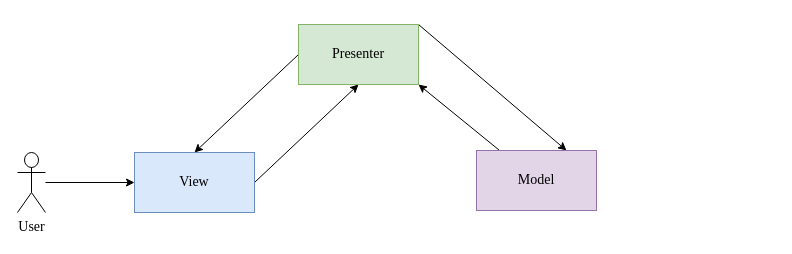
Before: 安卓软件架构.drawio in jixiuy/AccountingDemo, a draw.io diagram. Source tidied: cells renumbered, new cells numbered last; positions are measured from the earlier drawing's top-left corner, leaving out a move shared by most shapes. Both pictures are drawn from the tidied source at 100%, with x=0, y=0 at pixel (17, 24).
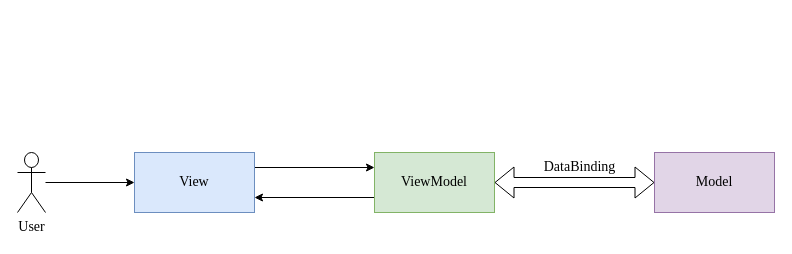
Above is the later version.

Diff of the diagram source:
```diff
@@
 <mxGraphModel>
   <root>
     <mxCell id="0" />
     <mxCell id="1" parent="0" />
-    <mxCell id="2" style="rounded=0;jettySize=auto;html=1;exitX=1;exitY=0.5;exitDx=0;exitDy=0;entryX=0.5;entryY=1;entryDx=0;entryDy=0;" parent="1" edge="1" source="3" target="8">
+    <mxCell id="2" style="edgeStyle=orthogonalEdgeStyle;rounded=0;jettySize=auto;html=1;exitX=1;exitY=0.25;exitDx=0;exitDy=0;entryX=0;entryY=0.25;entryDx=0;entryDy=0;" parent="1" edge="1" source="3" target="8">
       <mxGeometry relative="1" as="geometry" />
     </mxCell>
     <mxCell id="3" value="&lt;font&gt;View&lt;/font&gt;" style="rounded=0;whiteSpace=wrap;html=1;fontFamily=Times New Roman;fillColor=#dae8fc;strokeColor=#6c8ebf;fontSize=14;" parent="1" vertex="1">
       <mxGeometry x="117" y="128" width="120" height="60" as="geometry" />
     </mxCell>
     <mxCell id="4" style="edgeStyle=orthogonalEdgeStyle;rounded=0;jettySize=auto;html=1;" parent="1" edge="1" source="5" target="3">
       <mxGeometry relative="1" as="geometry" />
     </mxCell>
     <mxCell id="5" value="User" style="shape=umlActor;verticalLabelPosition=bottom;verticalAlign=top;html=1;outlineConnect=0;fontFamily=Times New Roman;fontSize=14;" parent="1" vertex="1">
       <mxGeometry y="128" width="28" height="60" as="geometry" />
     </mxCell>
-    <mxCell id="6" style="rounded=0;jettySize=auto;html=1;entryX=0.5;entryY=0;entryDx=0;entryDy=0;exitX=0;exitY=0.5;exitDx=0;exitDy=0;" parent="1" edge="1" source="8" target="3">
+    <mxCell id="6" style="edgeStyle=orthogonalEdgeStyle;rounded=0;jettySize=auto;html=1;exitX=0;exitY=0.75;exitDx=0;exitDy=0;entryX=1;entryY=0.75;entryDx=0;entryDy=0;" parent="1" edge="1" source="8" target="3">
       <mxGeometry relative="1" as="geometry" />
     </mxCell>
+    <mxCell id="8" value="&lt;font&gt;ViewModel&lt;/font&gt;" style="rounded=0;whiteSpace=wrap;html=1;fontFamily=Times New Roman;fillColor=#d5e8d4;strokeColor=#82b366;fontSize=14;" parent="1" vertex="1">
+      <mxGeometry x="357" y="128" width="120" height="60" as="geometry" />
+    </mxCell>
+    <mxCell id="10" value="&lt;font&gt;Model&lt;/font&gt;" style="rounded=0;whiteSpace=wrap;html=1;fontFamily=Times New Roman;fillColor=#e1d5e7;strokeColor=#9673a6;fontSize=14;" parent="1" vertex="1">
+      <mxGeometry x="637" y="128" width="120" height="60" as="geometry" />
+    </mxCell>
-    <mxCell id="7" style="rounded=0;jettySize=auto;html=1;entryX=0.75;entryY=0;entryDx=0;entryDy=0;exitX=1;exitY=0;exitDx=0;exitDy=0;" parent="1" edge="1" source="8" target="10">
+    <mxCell id="7" style="shape=flexArrow;endArrow=classic;startArrow=classic;html=1;rounded=0;exitX=1;exitY=0.5;exitDx=0;exitDy=0;entryX=0;entryY=0.5;entryDx=0;entryDy=0;" parent="1" edge="1" source="8" target="10">
       <mxGeometry relative="1" as="geometry" />
     </mxCell>
-    <mxCell id="8" value="&lt;font&gt;Presenter&lt;/font&gt;" style="rounded=0;whiteSpace=wrap;html=1;fontFamily=Times New Roman;fillColor=#d5e8d4;strokeColor=#82b366;fontSize=14;" parent="1" vertex="1">
-      <mxGeometry x="281" width="120" height="60" as="geometry" />
-    </mxCell>
-    <mxCell id="9" style="rounded=0;jettySize=auto;html=1;entryX=1;entryY=1;entryDx=0;entryDy=0;" parent="1" edge="1" source="10" target="8">
-      <mxGeometry relative="1" as="geometry" />
-    </mxCell>
-    <mxCell id="10" value="&lt;font&gt;Model&lt;/font&gt;" style="rounded=0;whiteSpace=wrap;html=1;fontFamily=Times New Roman;fillColor=#e1d5e7;strokeColor=#9673a6;fontSize=14;" parent="1" vertex="1">
-      <mxGeometry x="459" y="126" width="120" height="60" as="geometry" />
-    </mxCell>
+    <mxCell id="11" value="DataBinding" style="edgeLabel;html=1;align=center;verticalAlign=middle;fontFamily=Times New Roman;fontSize=14;" parent="7" vertex="1">
+      <mxGeometry x="0.05" y="1" relative="1" as="geometry">
+        <mxPoint y="-15" as="offset" />
+      </mxGeometry>
+    </mxCell>
   </root>
 </mxGraphModel>
```
